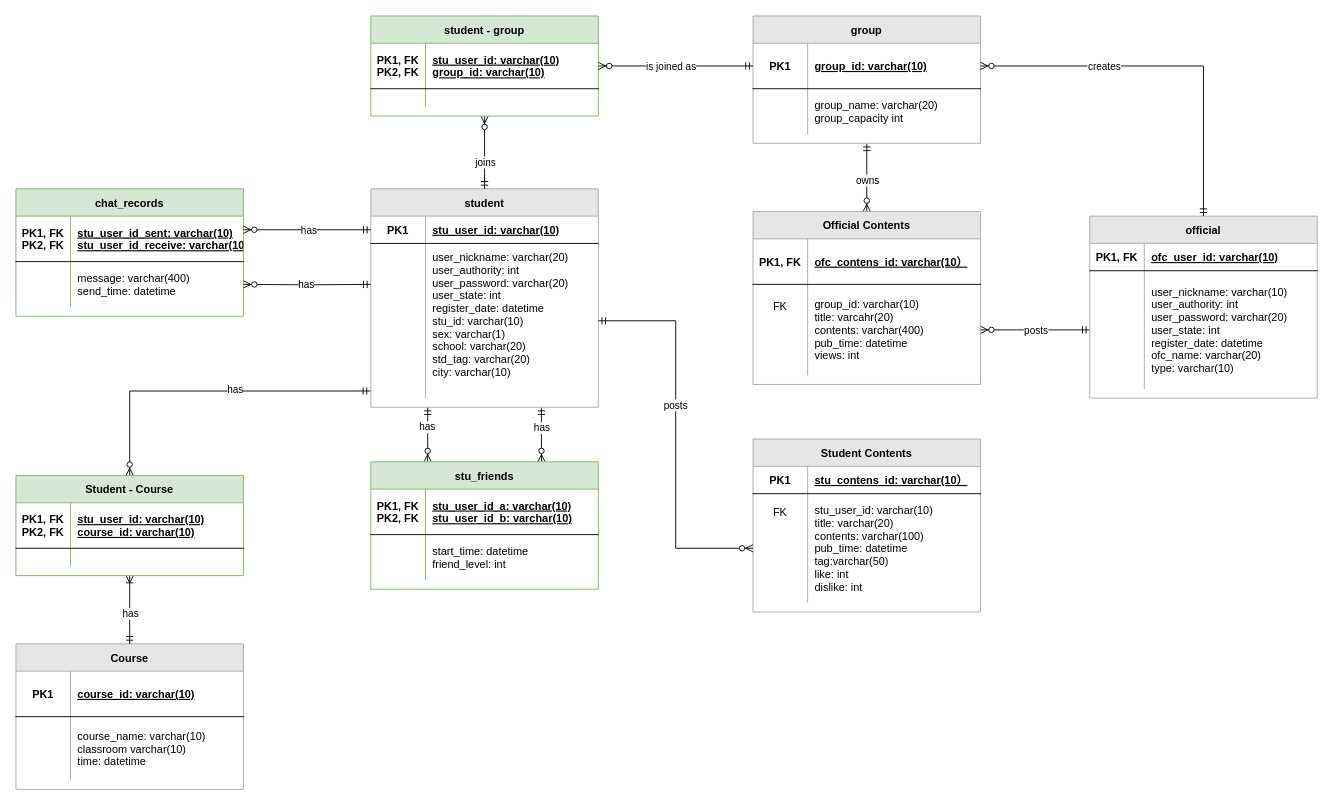
This is Database Schema Diagram.drawio from LeoHolmes416/Code-Symphony, a draw.io file, before an edit. Source tidied: cells renumbered, new cells numbered last; positions are measured from the earlier drawing's top-left corner, leaving out a move shared by most shapes. Both pictures are drawn from the tidied source at 91%, with x=0, y=0 at pixel (15, 15).
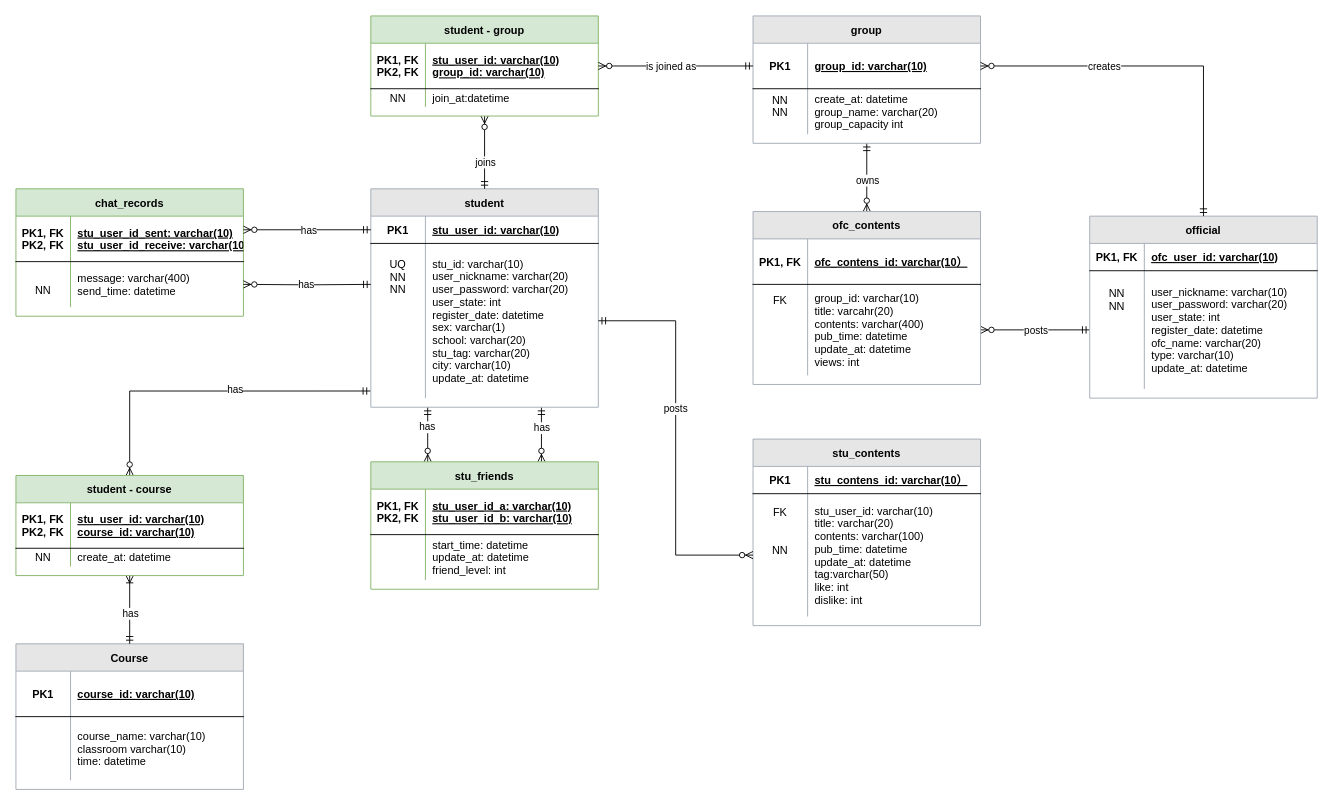
The same page after the edit.

The change refers to these unchanged cells:
```xml
<mxCell id="10" style="shape=partialRectangle;fillColor=none;points=[[0,0.5],[1,0.5]];portConstraint=eastwest;top=0;left=0;right=0;bottom=0;" parent="6" vertex="1">
  <mxGeometry y="60" width="250" height="170" as="geometry" />
</mxCell>
<mxCell id="19" style="shape=partialRectangle;fillColor=none;points=[[0,0.5],[1,0.5]];portConstraint=eastwest;top=0;left=0;right=0;bottom=0;" parent="15" vertex="1">
  <mxGeometry y="60" width="250" height="130" as="geometry" />
</mxCell>
<mxCell id="26" style="shape=partialRectangle;fillColor=none;top=0;left=0;right=0;bottom=0;" parent="22" vertex="1">
  <mxGeometry y="80" width="250" height="50" as="geometry" />
</mxCell>
<mxCell id="35" style="shape=partialRectangle;fillColor=none;top=0;left=0;right=0;bottom=0;" parent="31" vertex="1">
  <mxGeometry y="80" width="250" height="50" as="geometry" />
</mxCell>
<mxCell id="49" style="shape=partialRectangle;fillColor=none;points=[[0,0.5],[1,0.5]];portConstraint=eastwest;top=0;left=0;right=0;bottom=0;" parent="45" vertex="1">
  <mxGeometry y="80" width="250" height="100" as="geometry" />
</mxCell>
<mxCell id="60" style="shape=partialRectangle;fillColor=none;top=0;left=0;right=0;bottom=0;" parent="56" vertex="1">
  <mxGeometry y="80" width="250" height="20" as="geometry" />
</mxCell>
<mxCell id="69" style="shape=partialRectangle;fillColor=none;points=[[0,0.5],[1,0.5]];portConstraint=eastwest;top=0;left=0;right=0;bottom=0;" parent="65" vertex="1">
  <mxGeometry y="80" width="250" height="50" as="geometry" />
</mxCell>
<mxCell id="91" style="shape=partialRectangle;fillColor=none;top=0;left=0;right=0;bottom=0;" parent="87" vertex="1">
  <mxGeometry y="80" width="250" height="20" as="geometry" />
</mxCell>
```

What changed in the source:
```diff
@@
-    <mxCell id="11" style="shape=partialRectangle;overflow=hidden;fillColor=none;top=0;left=0;bottom=0;right=0;" parent="10" vertex="1">
+    <mxCell id="11" value="UQ&#10;NN&#10;NN" style="shape=partialRectangle;overflow=hidden;fillColor=none;top=0;left=0;bottom=0;right=0;spacingTop=-97;" parent="10" vertex="1">
       <mxGeometry width="60" height="170" as="geometry" />
     </mxCell>
-    <mxCell id="12" value="user_nickname: varchar(20)&#10;user_authority: int&#10;user_password: varchar(20)&#10;user_state: int&#10;register_date: datetime&#10;stu_id: varchar(10)&#10;sex: varchar(1)&#10;school: varchar(20)&#10;std_tag: varchar(20)&#10;city: varchar(10)&#10;" style="shape=partialRectangle;overflow=hidden;fillColor=none;top=0;left=0;bottom=0;right=0;align=left;spacingLeft=6;" parent="10" vertex="1">
+    <mxCell id="12" value="stu_id: varchar(10)&#10;user_nickname: varchar(20)&#10;user_password: varchar(20)&#10;user_state: int&#10;register_date: datetime&#10;sex: varchar(1)&#10;school: varchar(20)&#10;stu_tag: varchar(20)&#10;city: varchar(10)&#10;update_at: datetime" style="shape=partialRectangle;overflow=hidden;fillColor=none;top=0;left=0;bottom=0;right=0;align=left;spacingLeft=6;" parent="10" vertex="1">
       <mxGeometry x="60" width="190" height="170" as="geometry" />
     </mxCell>
@@
-    <mxCell id="20" style="shape=partialRectangle;overflow=hidden;fillColor=none;top=0;left=0;bottom=0;right=0;" parent="19" vertex="1">
+    <mxCell id="20" value="NN&#10;NN" style="shape=partialRectangle;overflow=hidden;fillColor=none;top=0;left=0;bottom=0;right=0;spacingTop=-67;" parent="19" vertex="1">
       <mxGeometry width="60" height="130" as="geometry" />
     </mxCell>
-    <mxCell id="21" value="user_nickname: varchar(10) &#10;user_authority: int&#10;user_password: varchar(20)&#10;user_state: int&#10;register_date: datetime&#10;ofc_name: varchar(20)&#10;type: varchar(10)" style="shape=partialRectangle;overflow=hidden;fillColor=none;top=0;left=0;bottom=0;right=0;align=left;spacingLeft=6;" parent="19" vertex="1">
+    <mxCell id="21" value="user_nickname: varchar(10) &#10;user_password: varchar(20)&#10;user_state: int&#10;register_date: datetime&#10;ofc_name: varchar(20)&#10;type: varchar(10)&#10;update_at: datetime" style="shape=partialRectangle;overflow=hidden;fillColor=none;top=0;left=0;bottom=0;right=0;align=left;spacingLeft=6;" parent="19" vertex="1">
       <mxGeometry x="60" width="190" height="130" as="geometry" />
     </mxCell>
@@
-    <mxCell id="28" value="start_time: datetime&#10;friend_level: int" style="shape=partialRectangle;overflow=hidden;fillColor=none;top=0;left=0;bottom=0;right=0;align=left;spacingLeft=6;" parent="26" vertex="1">
+    <mxCell id="28" value="start_time: datetime&#10;update_at: datetime&#10;friend_level: int" style="shape=partialRectangle;overflow=hidden;fillColor=none;top=0;left=0;bottom=0;right=0;align=left;spacingLeft=6;" parent="26" vertex="1">
       <mxGeometry x="60" width="190" height="50" as="geometry" />
     </mxCell>
@@
-    <mxCell id="36" style="shape=partialRectangle;overflow=hidden;fillColor=none;top=0;left=0;bottom=0;right=0;" parent="35" vertex="1">
+    <mxCell id="36" value="NN&#10;NN" style="shape=partialRectangle;overflow=hidden;fillColor=none;top=0;left=0;bottom=0;right=0;spacingTop=-12;" parent="35" vertex="1">
       <mxGeometry width="60" height="50" as="geometry" />
     </mxCell>
-    <mxCell id="37" value="group_name: varchar(20)&#10;group_capacity int" style="shape=partialRectangle;overflow=hidden;fillColor=none;top=0;left=0;bottom=0;right=0;align=left;spacingLeft=6;" parent="35" vertex="1">
+    <mxCell id="37" value="create_at: datetime&#10;group_name: varchar(20)&#10;group_capacity int" style="shape=partialRectangle;overflow=hidden;fillColor=none;top=0;left=0;bottom=0;right=0;align=left;spacingLeft=6;" parent="35" vertex="1">
       <mxGeometry x="60" width="190" height="50" as="geometry" />
     </mxCell>
-    <mxCell id="38" value="Student Contents" style="shape=table;startSize=30;childLayout=tableLayout;rowLines=0;fontStyle=1;align=center;swimlaneFillColor=#ffffff;strokeColor=#A0A9B5;fillColor=#E6E6E6;" parent="1" vertex="1">
-      <mxGeometry x="810" y="465" width="250" height="190" as="geometry" />
+    <mxCell id="38" value="stu_contents" style="shape=table;startSize=30;childLayout=tableLayout;rowLines=0;fontStyle=1;align=center;swimlaneFillColor=#ffffff;strokeColor=#A0A9B5;fillColor=#E6E6E6;" parent="1" vertex="1">
+      <mxGeometry x="810" y="465" width="250" height="205" as="geometry" />
     </mxCell>
@@
     <mxCell id="42" style="shape=partialRectangle;fillColor=none;points=[[0,0.5],[1,0.5]];portConstraint=eastwest;top=0;left=0;right=0;bottom=0;" parent="38" vertex="1">
-      <mxGeometry y="60" width="250" height="120" as="geometry" />
+      <mxGeometry y="60" width="250" height="135" as="geometry" />
     </mxCell>
-    <mxCell id="43" value="FK" style="shape=partialRectangle;overflow=hidden;fillColor=none;top=0;left=0;bottom=0;right=0;spacingTop=-79;" parent="42" vertex="1">
-      <mxGeometry width="60" height="120" as="geometry" />
+    <mxCell id="43" value="FK&#10;&#10;&#10;NN" style="shape=partialRectangle;overflow=hidden;fillColor=none;top=0;left=0;bottom=0;right=0;spacingTop=-54;" parent="42" vertex="1">
+      <mxGeometry width="60" height="135" as="geometry" />
     </mxCell>
-    <mxCell id="44" value="stu_user_id: varchar(10)&#10;title: varchar(20)&#10;contents: varchar(100)&#10;pub_time: datetime&#10;tag:varchar(50)&#10;like: int&#10;dislike: int" style="shape=partialRectangle;overflow=hidden;fillColor=none;top=0;left=0;bottom=0;right=0;align=left;spacingLeft=6;" parent="42" vertex="1">
-      <mxGeometry x="60" width="190" height="120" as="geometry" />
+    <mxCell id="44" value="stu_user_id: varchar(10)&#10;title: varchar(20)&#10;contents: varchar(100)&#10;pub_time: datetime&#10;update_at: datetime&#10;tag:varchar(50)&#10;like: int&#10;dislike: int" style="shape=partialRectangle;overflow=hidden;fillColor=none;top=0;left=0;bottom=0;right=0;align=left;spacingLeft=6;" parent="42" vertex="1">
+      <mxGeometry x="60" width="190" height="135" as="geometry" />
     </mxCell>
-    <mxCell id="45" value="Official Contents" style="shape=table;startSize=30;childLayout=tableLayout;rowLines=0;fontStyle=1;align=center;swimlaneFillColor=#ffffff;strokeColor=#A0A9B5;fillColor=#E6E6E6;" parent="1" vertex="1">
+    <mxCell id="45" value="ofc_contents" style="shape=table;startSize=30;childLayout=tableLayout;rowLines=0;fontStyle=1;align=center;swimlaneFillColor=#ffffff;strokeColor=#A0A9B5;fillColor=#E6E6E6;" parent="1" vertex="1">
       <mxGeometry x="810" y="215" width="250" height="190" as="geometry" />
     </mxCell>
@@
-    <mxCell id="50" value="FK" style="shape=partialRectangle;overflow=hidden;fillColor=none;top=0;left=0;bottom=0;right=0;verticalAlign=top;spacingTop=11;" parent="49" vertex="1">
+    <mxCell id="50" value="FK" style="shape=partialRectangle;overflow=hidden;fillColor=none;top=0;left=0;bottom=0;right=0;verticalAlign=top;spacingTop=4;" parent="49" vertex="1">
       <mxGeometry width="60" height="100" as="geometry" />
     </mxCell>
-    <mxCell id="51" value="group_id: varchar(10)&#10;title: varcahr(20)&#10;contents: varchar(400)&#10;pub_time: datetime&#10;views: int" style="shape=partialRectangle;overflow=hidden;fillColor=none;top=0;left=0;bottom=0;right=0;align=left;spacingLeft=6;" parent="49" vertex="1">
+    <mxCell id="51" value="group_id: varchar(10)&#10;title: varcahr(20)&#10;contents: varchar(400)&#10;pub_time: datetime&#10;update_at: datetime&#10;views: int" style="shape=partialRectangle;overflow=hidden;fillColor=none;top=0;left=0;bottom=0;right=0;align=left;spacingLeft=6;" parent="49" vertex="1">
       <mxGeometry x="60" width="190" height="100" as="geometry" />
     </mxCell>
@@
-    <mxCell id="61" style="shape=partialRectangle;overflow=hidden;fillColor=none;top=0;left=0;bottom=0;right=0;" parent="60" vertex="1">
+    <mxCell id="61" value="NN" style="shape=partialRectangle;overflow=hidden;fillColor=none;top=0;left=0;bottom=0;right=0;" parent="60" vertex="1">
       <mxGeometry width="60" height="20" as="geometry" />
     </mxCell>
-    <mxCell id="62" style="shape=partialRectangle;overflow=hidden;fillColor=none;top=0;left=0;bottom=0;right=0;align=left;spacingLeft=6;" parent="60" vertex="1">
+    <mxCell id="62" value="join_at:datetime" style="shape=partialRectangle;overflow=hidden;fillColor=none;top=0;left=0;bottom=0;right=0;align=left;spacingLeft=6;" parent="60" vertex="1">
       <mxGeometry x="60" width="190" height="20" as="geometry" />
     </mxCell>
@@
-    <mxCell id="70" style="shape=partialRectangle;overflow=hidden;fillColor=none;top=0;left=0;bottom=0;right=0;" parent="69" vertex="1">
+    <mxCell id="70" value="NN" style="shape=partialRectangle;overflow=hidden;fillColor=none;top=0;left=0;bottom=0;right=0;spacingTop=12;" parent="69" vertex="1">
       <mxGeometry width="60" height="50" as="geometry" />
     </mxCell>
@@
-    <mxCell id="87" value="Student - Course" style="shape=table;startSize=30;childLayout=tableLayout;rowLines=0;fontStyle=1;align=center;swimlaneFillColor=#ffffff;strokeColor=#82b366;fillColor=#d5e8d4;" parent="1" vertex="1">
+    <mxCell id="87" value="student - course" style="shape=table;startSize=30;childLayout=tableLayout;rowLines=0;fontStyle=1;align=center;swimlaneFillColor=#ffffff;strokeColor=#82b366;fillColor=#d5e8d4;" parent="1" vertex="1">
       <mxGeometry y="505" width="250" height="110" as="geometry" />
     </mxCell>
@@
-    <mxCell id="92" style="shape=partialRectangle;overflow=hidden;fillColor=none;top=0;left=0;bottom=0;right=0;" parent="91" vertex="1">
+    <mxCell id="92" value="NN" style="shape=partialRectangle;overflow=hidden;fillColor=none;top=0;left=0;bottom=0;right=0;" parent="91" vertex="1">
       <mxGeometry width="60" height="20" as="geometry" />
     </mxCell>
-    <mxCell id="93" style="shape=partialRectangle;overflow=hidden;fillColor=none;top=0;left=0;bottom=0;right=0;align=left;spacingLeft=6;" parent="91" vertex="1">
+    <mxCell id="93" value="create_at: datetime" style="shape=partialRectangle;overflow=hidden;fillColor=none;top=0;left=0;bottom=0;right=0;align=left;spacingLeft=6;" parent="91" vertex="1">
       <mxGeometry x="60" width="190" height="20" as="geometry" />
     </mxCell>
```
